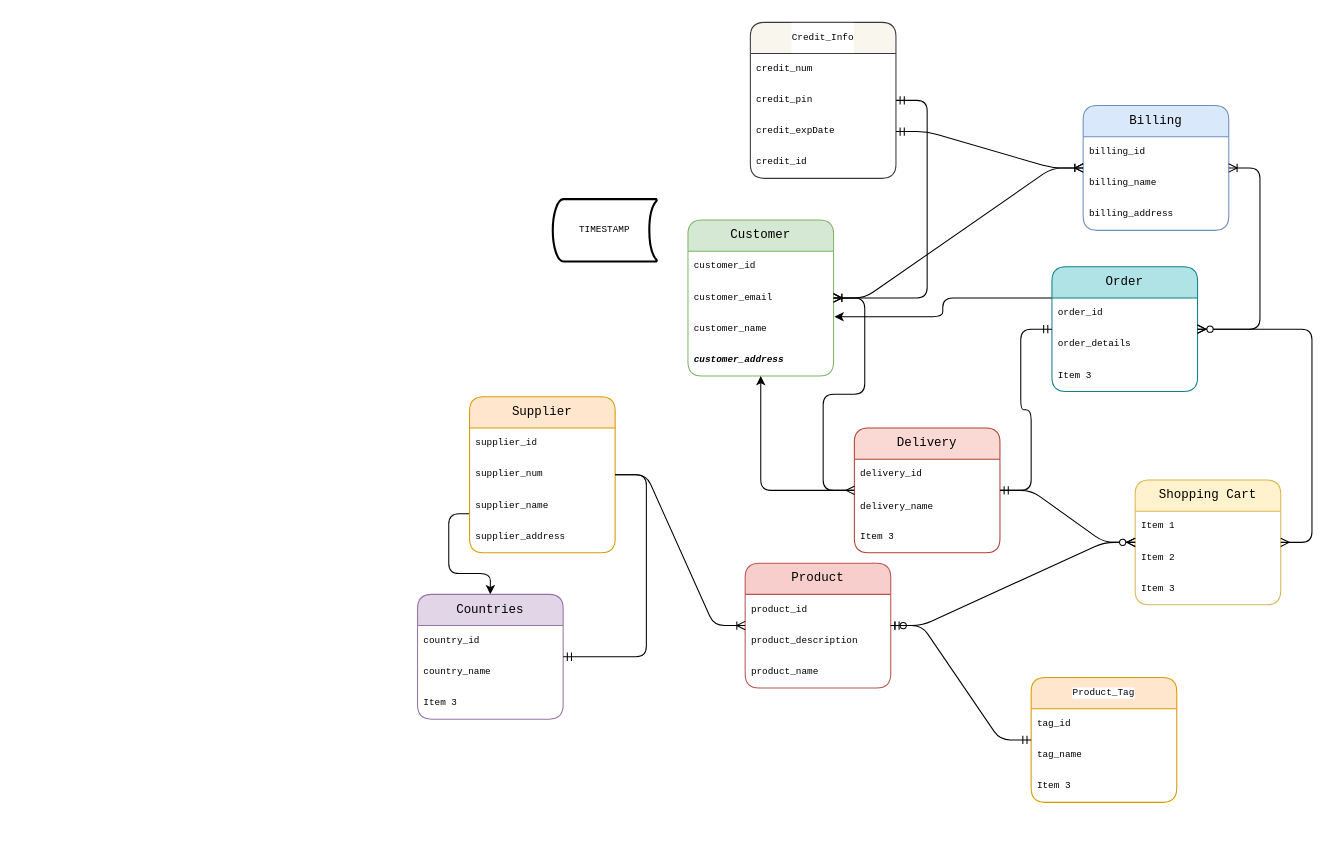
Above: Untitled Diagram.drawio in silvercode0/Amazoom (draw.io), before the change. Source tidied: cells renumbered, new cells numbered last; positions are measured from the earlier drawing's top-left corner, leaving out a move shared by most shapes. Both pictures are drawn from the tidied source at 104%, with x=0, y=0 at pixel (417, 22).
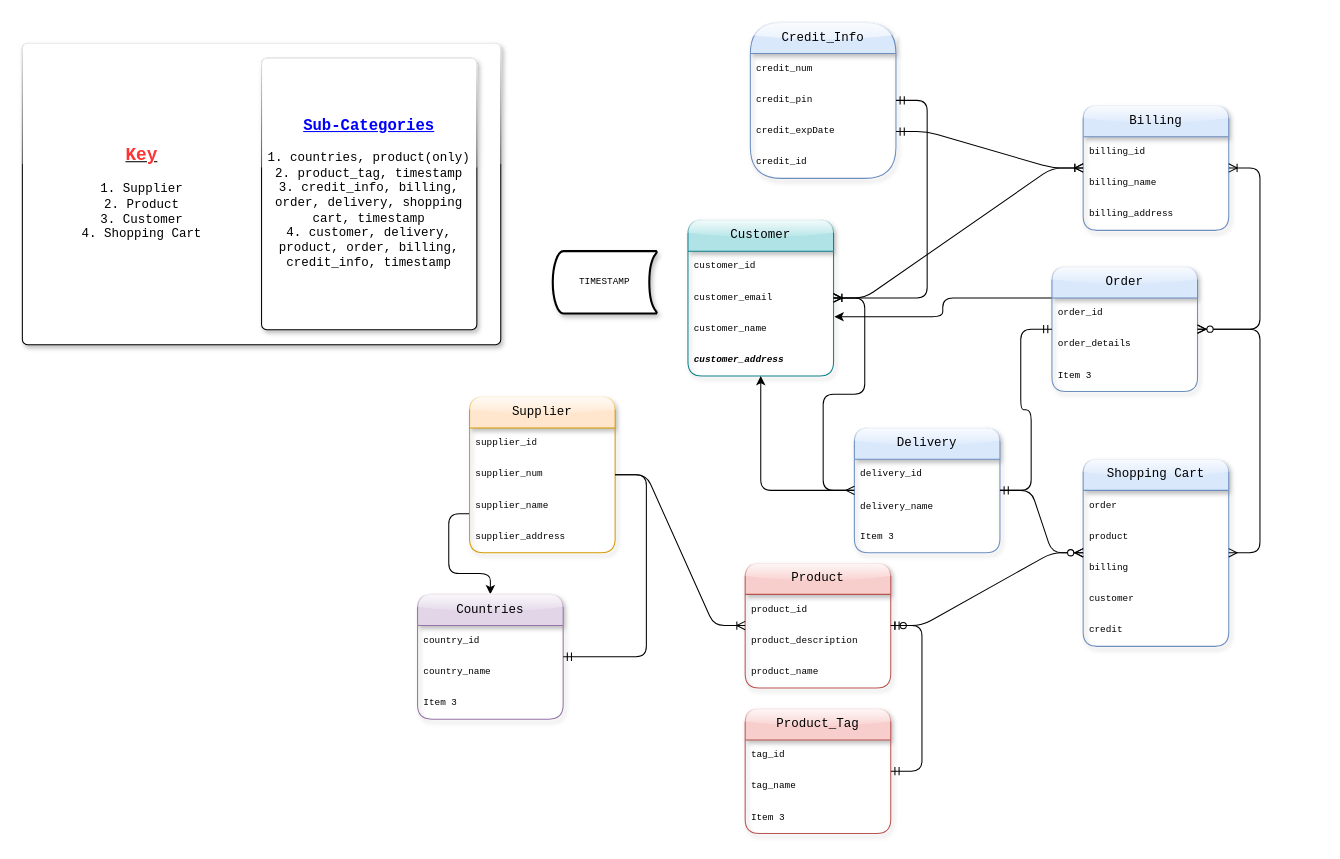
The same page after the edit.

What changed in the source:
```diff
@@
-    <mxCell id="3" value="Order" style="swimlane;fontStyle=0;horizontal=1;startSize=30;whiteSpace=wrap;html=1;fontFamily=Courier New;fillColor=#b0e3e6;strokeColor=#0e8088;rounded=1;" parent="1" vertex="1">
+    <mxCell id="3" value="Order" style="swimlane;fontStyle=0;horizontal=1;startSize=30;whiteSpace=wrap;html=1;fontFamily=Courier New;fillColor=#dae8fc;strokeColor=#6c8ebf;rounded=1;shadow=1;glass=1;" parent="1" vertex="1">
       <mxGeometry x="610" y="235" width="140" height="120" as="geometry" />
     </mxCell>
@@
-    <mxCell id="8" value="Supplier" style="swimlane;fontStyle=0;horizontal=1;startSize=30;whiteSpace=wrap;html=1;fontFamily=Courier New;fontSize=12;fillColor=#ffe6cc;strokeColor=#d79b00;rounded=1;" parent="1" vertex="1">
+    <mxCell id="8" value="Supplier" style="swimlane;fontStyle=0;horizontal=1;startSize=30;whiteSpace=wrap;html=1;fontFamily=Courier New;fontSize=12;fillColor=#ffe6cc;strokeColor=#d79b00;rounded=1;glass=1;shadow=1;" parent="1" vertex="1">
       <mxGeometry x="50" y="360" width="140" height="150" as="geometry" />
     </mxCell>
@@
-    <mxCell id="13" value="Customer" style="swimlane;fontStyle=0;horizontal=1;startSize=30;whiteSpace=wrap;html=1;fontFamily=Courier New;labelBackgroundColor=none;fillColor=#d5e8d4;strokeColor=#82b366;rounded=1;" parent="1" vertex="1">
+    <mxCell id="13" value="Customer" style="swimlane;fontStyle=0;horizontal=1;startSize=30;whiteSpace=wrap;html=1;fontFamily=Courier New;labelBackgroundColor=none;fillColor=#b0e3e6;strokeColor=#0e8088;rounded=1;glass=1;shadow=1;" parent="1" vertex="1">
       <mxGeometry x="260" y="190" width="140" height="150" as="geometry" />
     </mxCell>
@@
-    <mxCell id="19" value="Product" style="swimlane;fontStyle=0;horizontal=1;startSize=30;whiteSpace=wrap;html=1;fontFamily=Courier New;fontSize=12;fillColor=#f8cecc;strokeColor=#b85450;rounded=1;" parent="1" vertex="1">
+    <mxCell id="19" value="Product" style="swimlane;fontStyle=0;horizontal=1;startSize=30;whiteSpace=wrap;html=1;fontFamily=Courier New;fontSize=12;fillColor=#f8cecc;strokeColor=#b85450;rounded=1;glass=1;shadow=1;" parent="1" vertex="1">
       <mxGeometry x="315" y="520" width="140" height="120" as="geometry" />
     </mxCell>
@@
-    <mxCell id="23" value="Shopping Cart" style="swimlane;fontStyle=0;horizontal=1;startSize=30;whiteSpace=wrap;html=1;fontFamily=Courier New;fontSize=12;fillColor=#fff2cc;strokeColor=#d6b656;rounded=1;" parent="1" vertex="1">
-      <mxGeometry x="690" y="440" width="140" height="120" as="geometry" />
+    <mxCell id="23" value="Shopping Cart" style="swimlane;fontStyle=0;horizontal=1;startSize=30;whiteSpace=wrap;html=1;fontFamily=Courier New;fontSize=12;fillColor=#dae8fc;strokeColor=#6c8ebf;rounded=1;shadow=1;glass=1;" parent="1" vertex="1">
+      <mxGeometry x="640" y="420" width="140" height="180" as="geometry" />
     </mxCell>
-    <mxCell id="24" value="Item 1" style="text;strokeColor=none;fillColor=none;align=left;verticalAlign=middle;spacingLeft=4;spacingRight=4;overflow=hidden;whiteSpace=wrap;html=1;fontSize=9;fontFamily=Courier New;rounded=1;" parent="23" vertex="1">
+    <mxCell id="24" value="order" style="text;strokeColor=none;fillColor=none;align=left;verticalAlign=middle;spacingLeft=4;spacingRight=4;overflow=hidden;whiteSpace=wrap;html=1;fontSize=9;fontFamily=Courier New;rounded=1;" parent="23" vertex="1">
       <mxGeometry y="30" width="140" height="30" as="geometry" />
     </mxCell>
-    <mxCell id="25" value="Item 2" style="text;strokeColor=none;fillColor=none;align=left;verticalAlign=middle;spacingLeft=4;spacingRight=4;overflow=hidden;whiteSpace=wrap;html=1;fontSize=9;fontFamily=Courier New;rounded=1;" parent="23" vertex="1">
+    <mxCell id="25" value="product" style="text;strokeColor=none;fillColor=none;align=left;verticalAlign=middle;spacingLeft=4;spacingRight=4;overflow=hidden;whiteSpace=wrap;html=1;fontSize=9;fontFamily=Courier New;rounded=1;" parent="23" vertex="1">
       <mxGeometry y="60" width="140" height="30" as="geometry" />
     </mxCell>
-    <mxCell id="26" value="Item 3" style="text;strokeColor=none;fillColor=none;align=left;verticalAlign=middle;spacingLeft=4;spacingRight=4;overflow=hidden;whiteSpace=wrap;html=1;fontSize=9;fontFamily=Courier New;rounded=1;" parent="23" vertex="1">
+    <mxCell id="26" value="billing" style="text;strokeColor=none;fillColor=none;align=left;verticalAlign=middle;spacingLeft=4;spacingRight=4;overflow=hidden;whiteSpace=wrap;html=1;fontSize=9;fontFamily=Courier New;rounded=1;" parent="23" vertex="1">
       <mxGeometry y="90" width="140" height="30" as="geometry" />
     </mxCell>
+    <mxCell id="61" value="customer" style="text;strokeColor=none;fillColor=none;align=left;verticalAlign=middle;spacingLeft=4;spacingRight=4;overflow=hidden;whiteSpace=wrap;html=1;fontSize=9;fontFamily=Courier New;rounded=1;" parent="23" vertex="1">
+      <mxGeometry y="120" width="140" height="30" as="geometry" />
+    </mxCell>
+    <mxCell id="62" value="credit" style="text;strokeColor=none;fillColor=none;align=left;verticalAlign=middle;spacingLeft=4;spacingRight=4;overflow=hidden;whiteSpace=wrap;html=1;fontSize=9;fontFamily=Courier New;rounded=1;" parent="23" vertex="1">
+      <mxGeometry y="150" width="140" height="30" as="geometry" />
+    </mxCell>
-    <mxCell id="27" value="Countries" style="swimlane;fontStyle=0;horizontal=1;startSize=30;whiteSpace=wrap;html=1;fontFamily=Courier New;fontSize=12;fillColor=#e1d5e7;strokeColor=#9673a6;rounded=1;" parent="1" vertex="1">
+    <mxCell id="27" value="Countries" style="swimlane;fontStyle=0;horizontal=1;startSize=30;whiteSpace=wrap;html=1;fontFamily=Courier New;fontSize=12;fillColor=#e1d5e7;strokeColor=#9673a6;rounded=1;glass=1;shadow=1;" parent="1" vertex="1">
       <mxGeometry y="550" width="140" height="120" as="geometry" />
     </mxCell>
@@
-    <mxCell id="34" value="Delivery" style="swimlane;fontStyle=0;horizontal=1;startSize=30;whiteSpace=wrap;html=1;fillColor=#fad9d5;strokeColor=#ae4132;rounded=1;fontFamily=Courier New;" parent="1" vertex="1">
+    <mxCell id="34" value="Delivery" style="swimlane;fontStyle=0;horizontal=1;startSize=30;whiteSpace=wrap;html=1;fillColor=#dae8fc;strokeColor=#6c8ebf;rounded=1;fontFamily=Courier New;glass=1;shadow=1;" parent="1" vertex="1">
       <mxGeometry x="420" y="390" width="140" height="120" as="geometry" />
     </mxCell>
@@
-    <mxCell id="41" value="Billing" style="swimlane;fontStyle=0;horizontal=1;startSize=30;whiteSpace=wrap;html=1;rounded=1;fontFamily=Courier New;fillColor=#dae8fc;strokeColor=#6c8ebf;" parent="1" vertex="1">
+    <mxCell id="41" value="Billing" style="swimlane;fontStyle=0;horizontal=1;startSize=30;whiteSpace=wrap;html=1;rounded=1;fontFamily=Courier New;fillColor=#dae8fc;strokeColor=#6c8ebf;glass=1;shadow=1;" parent="1" vertex="1">
       <mxGeometry x="640" y="80" width="140" height="120" as="geometry" />
     </mxCell>
@@
-    <mxCell id="47" value="TIMESTAMP" style="strokeWidth=2;html=1;shape=mxgraph.flowchart.stored_data;whiteSpace=wrap;hachureGap=4;fontFamily=Courier New;fontSize=9;rounded=1;" parent="1" vertex="1">
-      <mxGeometry x="130" y="170" width="100" height="60" as="geometry" />
+    <mxCell id="47" value="TIMESTAMP" style="strokeWidth=2;html=1;shape=mxgraph.flowchart.stored_data;whiteSpace=wrap;hachureGap=4;fontFamily=Courier New;fontSize=9;rounded=1;shadow=1;" parent="1" vertex="1">
+      <mxGeometry x="130" y="220" width="100" height="60" as="geometry" />
     </mxCell>
-    <mxCell id="48" value="Product_Tag" style="swimlane;fontStyle=0;horizontal=1;startSize=30;whiteSpace=wrap;html=1;labelBackgroundColor=default;fontFamily=Courier New;fontSize=9;fillColor=#ffe6cc;strokeColor=#d79b00;rounded=1;" parent="1" vertex="1">
-      <mxGeometry x="590" y="630" width="140" height="120" as="geometry" />
+    <mxCell id="48" value="&lt;font style=&quot;font-size: 12px;&quot;&gt;Product_Tag&lt;/font&gt;" style="swimlane;fontStyle=0;horizontal=1;startSize=30;whiteSpace=wrap;html=1;labelBackgroundColor=none;fontFamily=Courier New;fontSize=9;fillColor=#f8cecc;strokeColor=#b85450;rounded=1;shadow=1;glass=1;" parent="1" vertex="1">
+      <mxGeometry x="315" y="660" width="140" height="120" as="geometry" />
     </mxCell>
@@
-    <mxCell id="52" value="&lt;p&gt;Credit_Info&lt;/p&gt;" style="swimlane;fontStyle=0;horizontal=1;startSize=30;whiteSpace=wrap;html=1;labelBackgroundColor=default;fontFamily=Courier New;fontSize=9;fillColor=#f9f7ed;strokeColor=#36393d;rounded=1;" parent="1" vertex="1">
+    <mxCell id="52" value="&lt;p&gt;&lt;font style=&quot;font-size: 12px;&quot;&gt;Credit_Info&lt;/font&gt;&lt;/p&gt;" style="swimlane;fontStyle=0;horizontal=1;startSize=30;whiteSpace=wrap;html=1;labelBackgroundColor=none;fontFamily=Courier New;fontSize=9;fillColor=#dae8fc;strokeColor=#6c8ebf;rounded=1;arcSize=50;shadow=1;glass=1;swimlaneLine=1;" parent="1" vertex="1">
       <mxGeometry x="320" width="140" height="150" as="geometry" />
     </mxCell>
@@
+    <mxCell id="63" style="rounded=1;absoluteArcSize=1;html=1;arcSize=10;shadow=1;glass=1;labelBackgroundColor=none;sketch=0;fontFamily=Courier New;fontSize=12;" parent="1" vertex="1">
+      <mxGeometry x="-380" y="20" width="460" height="290" as="geometry" />
+    </mxCell>
+    <mxCell id="64" value="&lt;u&gt;&lt;b&gt;&lt;font color=&quot;#ff3333&quot; style=&quot;font-size: 17px;&quot;&gt;Key&lt;/font&gt;&lt;br&gt;&lt;/b&gt;&lt;/u&gt;&lt;br&gt;1. Supplier&lt;br&gt;2. Product&lt;br&gt;3. Customer&lt;br&gt;4. Shopping Cart" style="html=1;shape=mxgraph.er.anchor;whiteSpace=wrap;rounded=1;shadow=1;glass=1;labelBackgroundColor=none;sketch=0;fontFamily=Courier New;fontSize=12;" parent="63" vertex="1">
+      <mxGeometry width="230" height="290" as="geometry" />
+    </mxCell>
+    <mxCell id="65" value="&lt;font style=&quot;font-size: 12px;&quot;&gt;&lt;b&gt;&lt;font color=&quot;#0000ff&quot;&gt;&lt;u&gt;&lt;font style=&quot;font-size: 15px;&quot;&gt;Sub-Categories&lt;/font&gt;&lt;br&gt;&lt;/u&gt;&lt;/font&gt;&lt;/b&gt;&lt;br&gt;1. countries, product(only)&lt;br&gt;2. product_tag, timestamp&lt;br&gt;3. credit_info, billing, order, delivery, shopping cart, timestamp&lt;br&gt;4. customer, delivery, product, order, billing, credit_info, timestamp&lt;br&gt;&lt;/font&gt;" style="rounded=1;absoluteArcSize=1;html=1;arcSize=10;whiteSpace=wrap;strokeColor=inherit;fillColor=inherit;shadow=1;glass=1;labelBackgroundColor=none;sketch=0;fontFamily=Courier New;fontSize=12;" parent="63" vertex="1">
+      <mxGeometry x="230" y="14.5" width="207" height="261" as="geometry" />
+    </mxCell>
```
